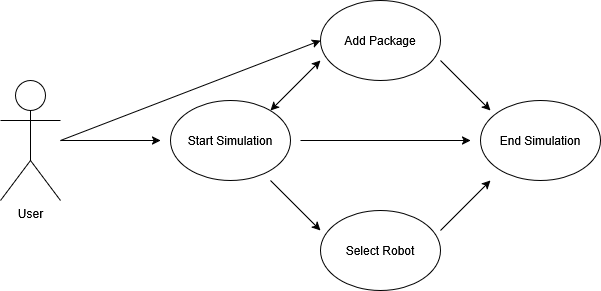
sammywestside/regioKArgoTramTrain keeps this draw.io diagram as Untitled Diagram.drawio.png. Above is the earlier version. Source tidied: cells renumbered, new cells last; positions are measured from the earlier drawing's top-left corner, leaving out a move shared by most shapes. Its diagram source:
```xml
<mxGraphModel>
  <root>
    <mxCell id="0" />
    <mxCell id="1" parent="0" />
    <mxCell id="2" value="&lt;div&gt;User&lt;/div&gt;" style="shape=umlActor;verticalLabelPosition=bottom;verticalAlign=top;html=1;align=center;" parent="1" vertex="1">
      <mxGeometry y="80" width="60" height="120" as="geometry" />
    </mxCell>
    <mxCell id="3" value="Start Simulation" style="ellipse;whiteSpace=wrap;html=1;" parent="1" vertex="1">
      <mxGeometry x="170" y="100" width="120" height="80" as="geometry" />
    </mxCell>
    <mxCell id="4" style="endArrow=classic;html=1;rounded=0;" parent="1" edge="1">
      <mxGeometry relative="1" as="geometry">
        <mxPoint x="60" y="140" as="sourcePoint" />
        <mxPoint x="160" y="140" as="targetPoint" />
      </mxGeometry>
    </mxCell>
    <mxCell id="5" value="End Simulation" style="ellipse;whiteSpace=wrap;html=1;" parent="1" vertex="1">
      <mxGeometry x="480" y="100" width="120" height="80" as="geometry" />
    </mxCell>
    <mxCell id="6" value="Add Package" style="ellipse;whiteSpace=wrap;html=1;" parent="1" vertex="1">
      <mxGeometry x="320" width="120" height="80" as="geometry" />
    </mxCell>
    <mxCell id="7" value="Select Robot" style="ellipse;whiteSpace=wrap;html=1;" parent="1" vertex="1">
      <mxGeometry x="320" y="210" width="120" height="80" as="geometry" />
    </mxCell>
    <mxCell id="8" style="endArrow=classic;html=1;rounded=0;" parent="1" edge="1">
      <mxGeometry relative="1" as="geometry">
        <mxPoint x="300" y="140" as="sourcePoint" />
        <mxPoint x="470" y="140" as="targetPoint" />
      </mxGeometry>
    </mxCell>
    <mxCell id="9" style="endArrow=classic;html=1;rounded=0;entryX=0;entryY=0.5;entryDx=0;entryDy=0;" parent="1" edge="1" target="6">
      <mxGeometry relative="1" as="geometry">
        <mxPoint x="60" y="140" as="sourcePoint" />
      </mxGeometry>
    </mxCell>
    <mxCell id="10" style="endArrow=classic;startArrow=classic;html=1;rounded=0;" parent="1" edge="1">
      <mxGeometry relative="1" as="geometry">
        <mxPoint x="270" y="110" as="sourcePoint" />
        <mxPoint x="320" y="60" as="targetPoint" />
      </mxGeometry>
    </mxCell>
    <mxCell id="11" style="endArrow=classic;html=1;rounded=0;" parent="1" edge="1">
      <mxGeometry relative="1" as="geometry">
        <mxPoint x="270" y="180" as="sourcePoint" />
        <mxPoint x="320" y="230" as="targetPoint" />
      </mxGeometry>
    </mxCell>
    <mxCell id="12" style="endArrow=classic;html=1;rounded=0;" parent="1" edge="1">
      <mxGeometry relative="1" as="geometry">
        <mxPoint x="440" y="60" as="sourcePoint" />
        <mxPoint x="490" y="110" as="targetPoint" />
      </mxGeometry>
    </mxCell>
    <mxCell id="13" style="endArrow=classic;html=1;rounded=0;" parent="1" edge="1">
      <mxGeometry relative="1" as="geometry">
        <mxPoint x="440" y="230" as="sourcePoint" />
        <mxPoint x="490" y="180" as="targetPoint" />
      </mxGeometry>
    </mxCell>
  </root>
</mxGraphModel>
```
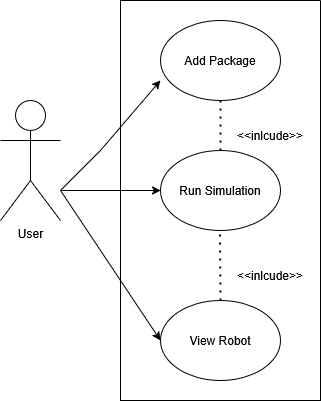
The same diagram one commit later.

Diff of the diagram source:
```diff
@@ -5,58 +5,51 @@
     <mxCell id="2" value="&lt;div&gt;User&lt;/div&gt;" style="shape=umlActor;verticalLabelPosition=bottom;verticalAlign=top;html=1;align=center;" parent="1" vertex="1">
       <mxGeometry y="80" width="60" height="120" as="geometry" />
     </mxCell>
+    <mxCell id="4" style="endArrow=classic;html=1;rounded=0;entryX=0;entryY=0.5;entryDx=0;entryDy=0;" parent="1" edge="1" target="3">
+      <mxGeometry relative="1" as="geometry">
+        <mxPoint x="60" y="170" as="sourcePoint" />
+      </mxGeometry>
+    </mxCell>
+    <mxCell id="14" style="swimlane;startSize=0;" parent="1" vertex="1">
+      <mxGeometry x="120" y="-20" width="200" height="400" as="geometry" />
+    </mxCell>
+    <mxCell id="6" value="Add Package" style="ellipse;whiteSpace=wrap;html=1;" parent="14" vertex="1">
+      <mxGeometry x="40" y="20" width="120" height="80" as="geometry" />
+    </mxCell>
-    <mxCell id="3" value="Start Simulation" style="ellipse;whiteSpace=wrap;html=1;" parent="1" vertex="1">
-      <mxGeometry x="170" y="100" width="120" height="80" as="geometry" />
+    <mxCell id="3" value="Run Simulation" style="ellipse;whiteSpace=wrap;html=1;" parent="14" vertex="1">
+      <mxGeometry x="40" y="150" width="120" height="80" as="geometry" />
     </mxCell>
-    <mxCell id="4" style="endArrow=classic;html=1;rounded=0;" parent="1" edge="1">
-      <mxGeometry relative="1" as="geometry">
-        <mxPoint x="60" y="140" as="sourcePoint" />
-        <mxPoint x="160" y="140" as="targetPoint" />
-      </mxGeometry>
-    </mxCell>
-    <mxCell id="5" value="End Simulation" style="ellipse;whiteSpace=wrap;html=1;" parent="1" vertex="1">
-      <mxGeometry x="480" y="100" width="120" height="80" as="geometry" />
-    </mxCell>
-    <mxCell id="6" value="Add Package" style="ellipse;whiteSpace=wrap;html=1;" parent="1" vertex="1">
-      <mxGeometry x="320" width="120" height="80" as="geometry" />
-    </mxCell>
-    <mxCell id="7" value="Select Robot" style="ellipse;whiteSpace=wrap;html=1;" parent="1" vertex="1">
-      <mxGeometry x="320" y="210" width="120" height="80" as="geometry" />
+    <mxCell id="7" value="View Robot" style="ellipse;whiteSpace=wrap;html=1;" parent="14" vertex="1">
+      <mxGeometry x="40" y="300" width="120" height="80" as="geometry" />
     </mxCell>
-    <mxCell id="8" style="endArrow=classic;html=1;rounded=0;" parent="1" edge="1">
-      <mxGeometry relative="1" as="geometry">
-        <mxPoint x="300" y="140" as="sourcePoint" />
-        <mxPoint x="470" y="140" as="targetPoint" />
-      </mxGeometry>
-    </mxCell>
-    <mxCell id="9" style="endArrow=classic;html=1;rounded=0;entryX=0;entryY=0.5;entryDx=0;entryDy=0;" parent="1" edge="1" target="6">
-      <mxGeometry relative="1" as="geometry">
-        <mxPoint x="60" y="140" as="sourcePoint" />
-      </mxGeometry>
-    </mxCell>
-    <mxCell id="10" style="endArrow=classic;startArrow=classic;html=1;rounded=0;" parent="1" edge="1">
-      <mxGeometry relative="1" as="geometry">
-        <mxPoint x="270" y="110" as="sourcePoint" />
-        <mxPoint x="320" y="60" as="targetPoint" />
-      </mxGeometry>
-    </mxCell>
-    <mxCell id="11" style="endArrow=classic;html=1;rounded=0;" parent="1" edge="1">
-      <mxGeometry relative="1" as="geometry">
-        <mxPoint x="270" y="180" as="sourcePoint" />
-        <mxPoint x="320" y="230" as="targetPoint" />
-      </mxGeometry>
-    </mxCell>
-    <mxCell id="12" style="endArrow=classic;html=1;rounded=0;" parent="1" edge="1">
-      <mxGeometry relative="1" as="geometry">
-        <mxPoint x="440" y="60" as="sourcePoint" />
-        <mxPoint x="490" y="110" as="targetPoint" />
-      </mxGeometry>
-    </mxCell>
-    <mxCell id="13" style="endArrow=classic;html=1;rounded=0;" parent="1" edge="1">
-      <mxGeometry relative="1" as="geometry">
-        <mxPoint x="440" y="230" as="sourcePoint" />
-        <mxPoint x="490" y="180" as="targetPoint" />
-      </mxGeometry>
-    </mxCell>
+    <mxCell id="15" style="endArrow=classic;html=1;rounded=0;entryX=0;entryY=0.75;entryDx=0;entryDy=0;entryPerimeter=0;" parent="14" edge="1" target="6">
+      <mxGeometry relative="1" as="geometry">
+        <mxPoint x="-60" y="190" as="sourcePoint" />
+        <Array as="points">
+          <mxPoint x="-20" y="150" />
+        </Array>
+      </mxGeometry>
+    </mxCell>
+    <mxCell id="16" style="endArrow=classic;html=1;rounded=0;entryX=0;entryY=0.5;entryDx=0;entryDy=0;" parent="14" edge="1" target="7">
+      <mxGeometry relative="1" as="geometry">
+        <mxPoint x="-60" y="190" as="sourcePoint" />
+      </mxGeometry>
+    </mxCell>
+    <mxCell id="17" value="&amp;lt;&amp;lt;inlcude&amp;gt;&amp;gt;" style="text;html=1;align=center;verticalAlign=middle;whiteSpace=wrap;rounded=0;" parent="14" vertex="1">
+      <mxGeometry x="120" y="260" width="60" height="30" as="geometry" />
+    </mxCell>
+    <mxCell id="18" style="endArrow=none;dashed=1;html=1;dashPattern=1 3;strokeWidth=2;rounded=0;exitX=0.5;exitY=0;exitDx=0;exitDy=0;" parent="14" edge="1" source="3">
+      <mxGeometry relative="1" as="geometry">
+        <mxPoint x="100" y="100" as="targetPoint" />
+      </mxGeometry>
+    </mxCell>
+    <mxCell id="19" value="&amp;lt;&amp;lt;inlcude&amp;gt;&amp;gt;" style="text;html=1;align=center;verticalAlign=middle;whiteSpace=wrap;rounded=0;" parent="14" vertex="1">
+      <mxGeometry x="120" y="120" width="60" height="30" as="geometry" />
+    </mxCell>
+    <mxCell id="20" style="endArrow=none;dashed=1;html=1;dashPattern=1 3;strokeWidth=2;rounded=0;exitX=0.5;exitY=0;exitDx=0;exitDy=0;" parent="14" edge="1" source="7">
+      <mxGeometry relative="1" as="geometry">
+        <mxPoint x="99.5" y="230" as="targetPoint" />
+      </mxGeometry>
+    </mxCell>
   </root>
 </mxGraphModel>
```
